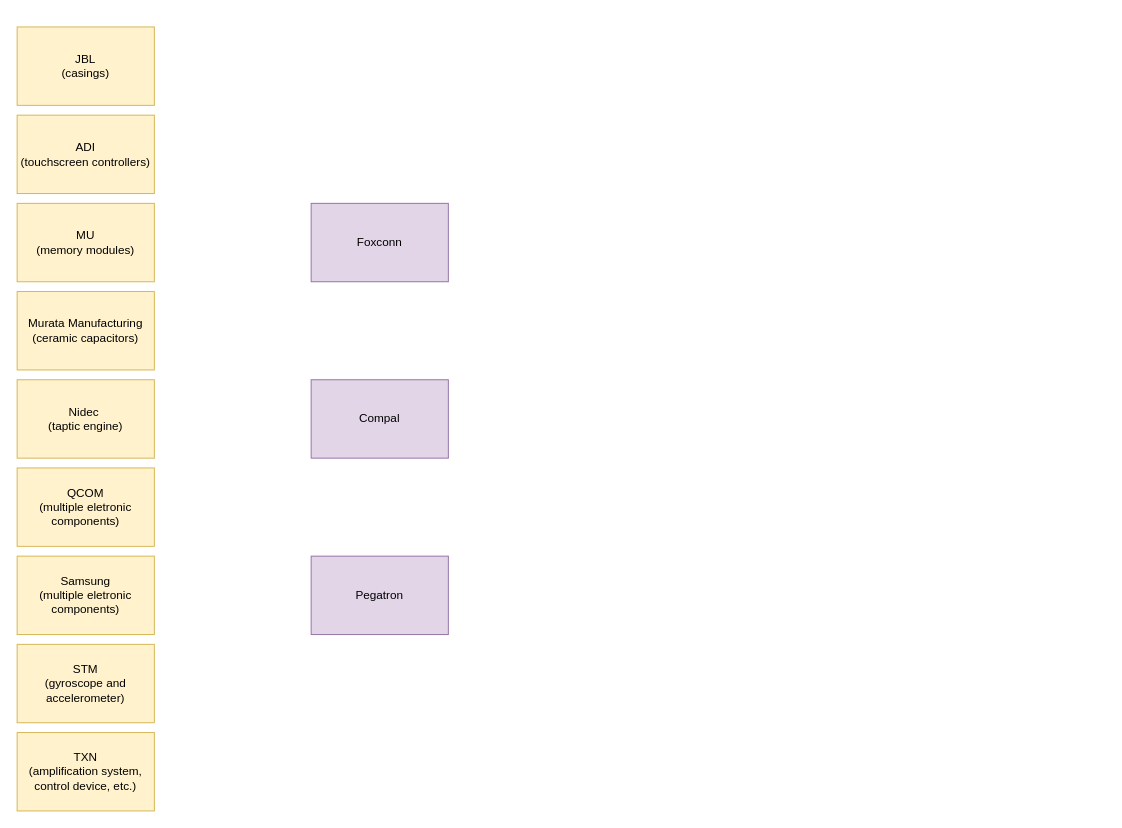
Above: Diagrama sem nome.drawio in alceufelixjr/diagrams (draw.io), before the change. Source tidied: cells renumbered, new cells numbered last; positions are measured from the earlier drawing's top-left corner, leaving out a move shared by most shapes. Both pictures are drawn from the tidied source at 98%, with x=0, y=0 at pixel (17, 26).
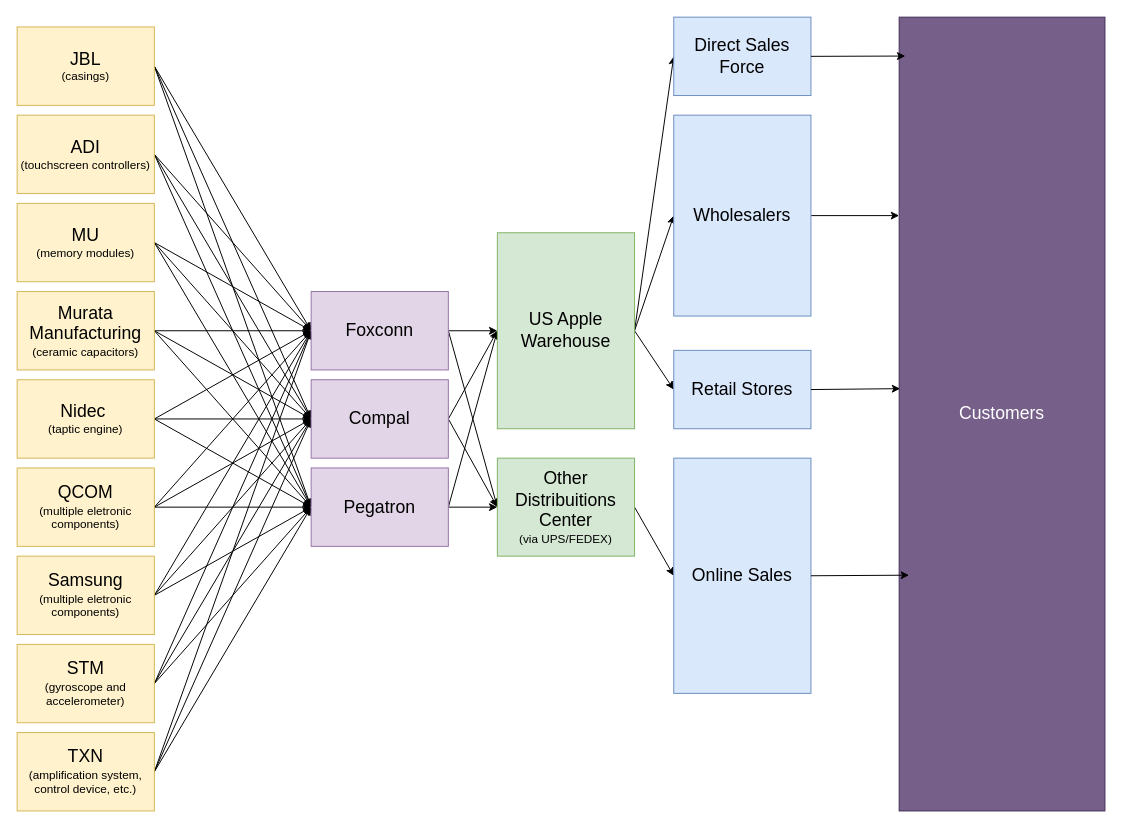
The same diagram, later.

What changed in the source:
```diff
@@
+    <mxCell id="14" style="edgeStyle=none;rounded=0;jettySize=auto;html=1;exitX=1;exitY=0.5;exitDx=0;exitDy=0;entryX=0;entryY=0.5;entryDx=0;entryDy=0;strokeWidth=1;" parent="1" edge="1" source="2" target="11">
+      <mxGeometry relative="1" as="geometry" />
+    </mxCell>
+    <mxCell id="15" style="edgeStyle=none;rounded=0;jettySize=auto;html=1;exitX=1;exitY=0.5;exitDx=0;exitDy=0;entryX=0;entryY=0.5;entryDx=0;entryDy=0;strokeWidth=1;" parent="1" edge="1" source="2" target="12">
+      <mxGeometry relative="1" as="geometry" />
+    </mxCell>
+    <mxCell id="16" style="edgeStyle=none;rounded=0;jettySize=auto;html=1;exitX=1;exitY=0.5;exitDx=0;exitDy=0;entryX=0;entryY=0.5;entryDx=0;entryDy=0;strokeWidth=1;" parent="1" edge="1" source="2" target="13">
+      <mxGeometry relative="1" as="geometry" />
+    </mxCell>
-    <mxCell id="2" value="ADI&lt;div&gt;(touchscreen controllers)&lt;/div&gt;" style="rounded=0;whiteSpace=wrap;html=1;fillColor=#fff2cc;strokeColor=#d6b656;" parent="1" vertex="1">
+    <mxCell id="2" value="&lt;font style=&quot;font-size: 18px;&quot;&gt;ADI&lt;/font&gt;&lt;div&gt;(touchscreen controllers)&lt;/div&gt;" style="rounded=0;whiteSpace=wrap;html=1;fillColor=#fff2cc;strokeColor=#d6b656;" parent="1" vertex="1">
       <mxGeometry y="90" width="140" height="80" as="geometry" />
     </mxCell>
+    <mxCell id="17" style="edgeStyle=none;rounded=0;jettySize=auto;html=1;exitX=1;exitY=0.5;exitDx=0;exitDy=0;entryX=0;entryY=0.5;entryDx=0;entryDy=0;strokeWidth=1;" parent="1" edge="1" source="3" target="11">
+      <mxGeometry relative="1" as="geometry" />
+    </mxCell>
+    <mxCell id="18" style="edgeStyle=none;rounded=0;jettySize=auto;html=1;exitX=1;exitY=0.5;exitDx=0;exitDy=0;entryX=0;entryY=0.5;entryDx=0;entryDy=0;strokeWidth=1;" parent="1" edge="1" source="3" target="12">
+      <mxGeometry relative="1" as="geometry" />
+    </mxCell>
+    <mxCell id="19" style="edgeStyle=none;rounded=0;jettySize=auto;html=1;exitX=1;exitY=0.5;exitDx=0;exitDy=0;entryX=0;entryY=0.5;entryDx=0;entryDy=0;strokeWidth=1;" parent="1" edge="1" source="3" target="13">
+      <mxGeometry relative="1" as="geometry" />
+    </mxCell>
-    <mxCell id="3" value="&lt;div&gt;JBL&lt;/div&gt;&lt;div&gt;(casings)&lt;/div&gt;" style="rounded=0;whiteSpace=wrap;html=1;fillColor=#fff2cc;strokeColor=#d6b656;" parent="1" vertex="1">
+    <mxCell id="3" value="&lt;div&gt;&lt;font style=&quot;font-size: 18px;&quot;&gt;JBL&lt;/font&gt;&lt;/div&gt;&lt;div&gt;(casings)&lt;/div&gt;" style="rounded=0;whiteSpace=wrap;html=1;fillColor=#fff2cc;strokeColor=#d6b656;" parent="1" vertex="1">
       <mxGeometry width="140" height="80" as="geometry" />
     </mxCell>
+    <mxCell id="20" style="edgeStyle=none;rounded=0;jettySize=auto;html=1;exitX=1;exitY=0.5;exitDx=0;exitDy=0;entryX=0;entryY=0.5;entryDx=0;entryDy=0;strokeWidth=1;" parent="1" edge="1" source="4" target="11">
+      <mxGeometry relative="1" as="geometry" />
+    </mxCell>
+    <mxCell id="21" style="edgeStyle=none;rounded=0;jettySize=auto;html=1;exitX=1;exitY=0.5;exitDx=0;exitDy=0;entryX=0;entryY=0.5;entryDx=0;entryDy=0;strokeWidth=1;" parent="1" edge="1" source="4" target="12">
+      <mxGeometry relative="1" as="geometry" />
+    </mxCell>
+    <mxCell id="22" style="edgeStyle=none;rounded=0;jettySize=auto;html=1;exitX=1;exitY=0.5;exitDx=0;exitDy=0;entryX=0;entryY=0.5;entryDx=0;entryDy=0;strokeWidth=1;" parent="1" edge="1" source="4" target="13">
+      <mxGeometry relative="1" as="geometry" />
+    </mxCell>
-    <mxCell id="4" value="MU&lt;div&gt;(memory modules)&lt;/div&gt;" style="rounded=0;whiteSpace=wrap;html=1;fillColor=#fff2cc;strokeColor=#d6b656;" parent="1" vertex="1">
+    <mxCell id="4" value="&lt;font style=&quot;font-size: 18px;&quot;&gt;MU&lt;/font&gt;&lt;div&gt;(memory modules)&lt;/div&gt;" style="rounded=0;whiteSpace=wrap;html=1;fillColor=#fff2cc;strokeColor=#d6b656;" parent="1" vertex="1">
       <mxGeometry y="180" width="140" height="80" as="geometry" />
     </mxCell>
+    <mxCell id="23" style="edgeStyle=none;rounded=0;jettySize=auto;html=1;exitX=1;exitY=0.5;exitDx=0;exitDy=0;entryX=0;entryY=0.5;entryDx=0;entryDy=0;strokeWidth=1;" parent="1" edge="1" source="5" target="11">
+      <mxGeometry relative="1" as="geometry" />
+    </mxCell>
+    <mxCell id="24" style="edgeStyle=none;rounded=0;jettySize=auto;html=1;exitX=1;exitY=0.5;exitDx=0;exitDy=0;entryX=0;entryY=0.5;entryDx=0;entryDy=0;strokeWidth=1;" parent="1" edge="1" source="5" target="12">
+      <mxGeometry relative="1" as="geometry" />
+    </mxCell>
+    <mxCell id="25" style="edgeStyle=none;rounded=0;jettySize=auto;html=1;exitX=1;exitY=0.5;exitDx=0;exitDy=0;entryX=0;entryY=0.5;entryDx=0;entryDy=0;strokeWidth=1;" parent="1" edge="1" source="5" target="13">
+      <mxGeometry relative="1" as="geometry" />
+    </mxCell>
-    <mxCell id="5" value="Murata Manufacturing&lt;div&gt;(ceramic capacitors)&lt;/div&gt;" style="rounded=0;whiteSpace=wrap;html=1;fillColor=#fff2cc;strokeColor=#d6b656;" parent="1" vertex="1">
+    <mxCell id="5" value="&lt;font style=&quot;font-size: 18px;&quot;&gt;Murata Manufacturing&lt;/font&gt;&lt;div&gt;(ceramic capacitors)&lt;/div&gt;" style="rounded=0;whiteSpace=wrap;html=1;fillColor=#fff2cc;strokeColor=#d6b656;" parent="1" vertex="1">
       <mxGeometry y="270" width="140" height="80" as="geometry" />
     </mxCell>
+    <mxCell id="26" style="edgeStyle=none;rounded=0;jettySize=auto;html=1;exitX=1;exitY=0.5;exitDx=0;exitDy=0;entryX=0;entryY=0.5;entryDx=0;entryDy=0;strokeWidth=1;" parent="1" edge="1" source="6" target="11">
+      <mxGeometry relative="1" as="geometry" />
+    </mxCell>
+    <mxCell id="27" style="edgeStyle=none;rounded=0;jettySize=auto;html=1;exitX=1;exitY=0.5;exitDx=0;exitDy=0;entryX=0;entryY=0.5;entryDx=0;entryDy=0;strokeWidth=1;" parent="1" edge="1" source="6" target="12">
+      <mxGeometry relative="1" as="geometry" />
+    </mxCell>
+    <mxCell id="28" style="edgeStyle=none;rounded=0;jettySize=auto;html=1;exitX=1;exitY=0.5;exitDx=0;exitDy=0;entryX=0;entryY=0.5;entryDx=0;entryDy=0;strokeWidth=1;" parent="1" edge="1" source="6" target="13">
+      <mxGeometry relative="1" as="geometry" />
+    </mxCell>
-    <mxCell id="6" value="&lt;div&gt;Nidec&amp;nbsp;&lt;/div&gt;&lt;div&gt;(taptic engine)&lt;/div&gt;" style="rounded=0;whiteSpace=wrap;html=1;fillColor=#fff2cc;strokeColor=#d6b656;" parent="1" vertex="1">
+    <mxCell id="6" value="&lt;div&gt;&lt;font style=&quot;font-size: 18px;&quot;&gt;Nidec&amp;nbsp;&lt;/font&gt;&lt;/div&gt;&lt;div&gt;(taptic engine)&lt;/div&gt;" style="rounded=0;whiteSpace=wrap;html=1;fillColor=#fff2cc;strokeColor=#d6b656;" parent="1" vertex="1">
       <mxGeometry y="360" width="140" height="80" as="geometry" />
     </mxCell>
+    <mxCell id="29" style="edgeStyle=none;rounded=0;jettySize=auto;html=1;exitX=1;exitY=0.5;exitDx=0;exitDy=0;entryX=0;entryY=0.5;entryDx=0;entryDy=0;strokeWidth=1;" parent="1" edge="1" source="7" target="11">
+      <mxGeometry relative="1" as="geometry" />
+    </mxCell>
+    <mxCell id="30" style="edgeStyle=none;rounded=0;jettySize=auto;html=1;exitX=1;exitY=0.5;exitDx=0;exitDy=0;strokeWidth=1;" parent="1" edge="1" source="7">
+      <mxGeometry relative="1" as="geometry">
+        <mxPoint x="300" y="400" as="targetPoint" />
+      </mxGeometry>
+    </mxCell>
+    <mxCell id="31" style="edgeStyle=none;rounded=0;jettySize=auto;html=1;exitX=1;exitY=0.5;exitDx=0;exitDy=0;entryX=0;entryY=0.5;entryDx=0;entryDy=0;strokeWidth=1;" parent="1" edge="1" source="7" target="13">
+      <mxGeometry relative="1" as="geometry" />
+    </mxCell>
-    <mxCell id="7" value="QCOM&lt;div&gt;(multiple eletronic components)&lt;/div&gt;" style="rounded=0;whiteSpace=wrap;html=1;fillColor=#fff2cc;strokeColor=#d6b656;" parent="1" vertex="1">
+    <mxCell id="7" value="&lt;font style=&quot;font-size: 18px;&quot;&gt;QCOM&lt;/font&gt;&lt;div&gt;(multiple eletronic components)&lt;/div&gt;" style="rounded=0;whiteSpace=wrap;html=1;fillColor=#fff2cc;strokeColor=#d6b656;" parent="1" vertex="1">
       <mxGeometry y="450" width="140" height="80" as="geometry" />
     </mxCell>
+    <mxCell id="32" style="edgeStyle=none;rounded=0;jettySize=auto;html=1;exitX=1;exitY=0.5;exitDx=0;exitDy=0;entryX=0;entryY=0.5;entryDx=0;entryDy=0;strokeWidth=1;" parent="1" edge="1" source="8" target="11">
+      <mxGeometry relative="1" as="geometry" />
+    </mxCell>
+    <mxCell id="33" style="edgeStyle=none;rounded=0;jettySize=auto;html=1;exitX=1;exitY=0.5;exitDx=0;exitDy=0;entryX=0;entryY=0.5;entryDx=0;entryDy=0;strokeWidth=1;" parent="1" edge="1" source="8" target="12">
+      <mxGeometry relative="1" as="geometry" />
+    </mxCell>
+    <mxCell id="34" style="edgeStyle=none;rounded=0;jettySize=auto;html=1;exitX=1;exitY=0.5;exitDx=0;exitDy=0;entryX=0;entryY=0.5;entryDx=0;entryDy=0;strokeWidth=1;" parent="1" edge="1" source="8" target="13">
+      <mxGeometry relative="1" as="geometry" />
+    </mxCell>
-    <mxCell id="8" value="&lt;div&gt;Samsung&lt;/div&gt;&lt;div&gt;(multiple eletronic components)&lt;/div&gt;" style="rounded=0;whiteSpace=wrap;html=1;fillColor=#fff2cc;strokeColor=#d6b656;" parent="1" vertex="1">
+    <mxCell id="8" value="&lt;div&gt;&lt;font style=&quot;font-size: 18px;&quot;&gt;Samsung&lt;/font&gt;&lt;/div&gt;&lt;div&gt;(multiple eletronic components)&lt;/div&gt;" style="rounded=0;whiteSpace=wrap;html=1;fillColor=#fff2cc;strokeColor=#d6b656;" parent="1" vertex="1">
       <mxGeometry y="540" width="140" height="80" as="geometry" />
     </mxCell>
+    <mxCell id="35" style="edgeStyle=none;rounded=0;jettySize=auto;html=1;exitX=1;exitY=0.5;exitDx=0;exitDy=0;entryX=0;entryY=0.5;entryDx=0;entryDy=0;strokeWidth=1;" parent="1" edge="1" source="9" target="11">
+      <mxGeometry relative="1" as="geometry" />
+    </mxCell>
+    <mxCell id="36" style="edgeStyle=none;rounded=0;jettySize=auto;html=1;exitX=1;exitY=0.5;exitDx=0;exitDy=0;strokeWidth=1;" parent="1" edge="1" source="9">
+      <mxGeometry relative="1" as="geometry">
+        <mxPoint x="300" y="400" as="targetPoint" />
+      </mxGeometry>
+    </mxCell>
+    <mxCell id="37" style="edgeStyle=none;rounded=0;jettySize=auto;html=1;exitX=1;exitY=0.5;exitDx=0;exitDy=0;entryX=0;entryY=0.5;entryDx=0;entryDy=0;strokeWidth=1;" parent="1" edge="1" source="9" target="13">
+      <mxGeometry relative="1" as="geometry" />
+    </mxCell>
-    <mxCell id="9" value="&lt;div&gt;&lt;span style=&quot;background-color: initial;&quot;&gt;STM&lt;/span&gt;&lt;/div&gt;&lt;div&gt;&lt;span style=&quot;background-color: initial;&quot;&gt;(gyroscope and accelerometer)&lt;/span&gt;&lt;/div&gt;" style="rounded=0;whiteSpace=wrap;html=1;fillColor=#fff2cc;strokeColor=#d6b656;" parent="1" vertex="1">
+    <mxCell id="9" value="&lt;div&gt;&lt;span style=&quot;background-color: initial;&quot;&gt;&lt;font style=&quot;font-size: 18px;&quot;&gt;STM&lt;/font&gt;&lt;/span&gt;&lt;/div&gt;&lt;div&gt;&lt;span style=&quot;background-color: initial;&quot;&gt;(gyroscope and accelerometer)&lt;/span&gt;&lt;/div&gt;" style="rounded=0;whiteSpace=wrap;html=1;fillColor=#fff2cc;strokeColor=#d6b656;" parent="1" vertex="1">
       <mxGeometry y="630" width="140" height="80" as="geometry" />
     </mxCell>
+    <mxCell id="38" style="edgeStyle=none;rounded=0;jettySize=auto;html=1;exitX=1;exitY=0.5;exitDx=0;exitDy=0;entryX=0;entryY=0.5;entryDx=0;entryDy=0;strokeWidth=1;" parent="1" edge="1" source="10" target="11">
+      <mxGeometry relative="1" as="geometry" />
+    </mxCell>
+    <mxCell id="39" style="edgeStyle=none;rounded=0;jettySize=auto;html=1;exitX=1;exitY=0.5;exitDx=0;exitDy=0;entryX=0;entryY=0.5;entryDx=0;entryDy=0;strokeWidth=1;" parent="1" edge="1" source="10" target="12">
+      <mxGeometry relative="1" as="geometry" />
+    </mxCell>
+    <mxCell id="40" style="edgeStyle=none;rounded=0;jettySize=auto;html=1;exitX=1;exitY=0.5;exitDx=0;exitDy=0;entryX=0;entryY=0.5;entryDx=0;entryDy=0;strokeWidth=1;" parent="1" edge="1" source="10" target="13">
+      <mxGeometry relative="1" as="geometry" />
+    </mxCell>
-    <mxCell id="10" value="&lt;div&gt;&lt;span style=&quot;background-color: initial;&quot;&gt;TXN&lt;/span&gt;&lt;/div&gt;&lt;div&gt;&lt;span style=&quot;background-color: initial;&quot;&gt;(amplification system, control device, etc.)&lt;/span&gt;&lt;/div&gt;" style="rounded=0;whiteSpace=wrap;html=1;fillColor=#fff2cc;strokeColor=#d6b656;" parent="1" vertex="1">
+    <mxCell id="10" value="&lt;div&gt;&lt;span style=&quot;background-color: initial;&quot;&gt;&lt;font style=&quot;font-size: 18px;&quot;&gt;TXN&lt;/font&gt;&lt;/span&gt;&lt;/div&gt;&lt;div&gt;&lt;span style=&quot;background-color: initial;&quot;&gt;(amplification system, control device, etc.)&lt;/span&gt;&lt;/div&gt;" style="rounded=0;whiteSpace=wrap;html=1;fillColor=#fff2cc;strokeColor=#d6b656;" parent="1" vertex="1">
       <mxGeometry y="720" width="140" height="80" as="geometry" />
     </mxCell>
+    <mxCell id="41" style="edgeStyle=none;rounded=0;jettySize=auto;html=1;exitX=1;exitY=0.5;exitDx=0;exitDy=0;entryX=0;entryY=0.5;entryDx=0;entryDy=0;" parent="1" edge="1" source="11" target="52">
+      <mxGeometry relative="1" as="geometry" />
+    </mxCell>
+    <mxCell id="42" style="edgeStyle=none;rounded=0;jettySize=auto;html=1;exitX=1;exitY=0.5;exitDx=0;exitDy=0;entryX=0;entryY=0.5;entryDx=0;entryDy=0;" parent="1" edge="1" source="11" target="48">
+      <mxGeometry relative="1" as="geometry" />
+    </mxCell>
-    <mxCell id="11" value="Foxconn" style="rounded=0;whiteSpace=wrap;html=1;fillColor=#e1d5e7;strokeColor=#9673a6;" parent="1" vertex="1">
-      <mxGeometry x="300" y="180" width="140" height="80" as="geometry" />
+    <mxCell id="11" value="&lt;font style=&quot;font-size: 18px;&quot;&gt;Foxconn&lt;/font&gt;" style="rounded=0;whiteSpace=wrap;html=1;fillColor=#e1d5e7;strokeColor=#9673a6;" parent="1" vertex="1">
+      <mxGeometry x="300" y="270" width="140" height="80" as="geometry" />
     </mxCell>
+    <mxCell id="43" style="edgeStyle=none;rounded=0;jettySize=auto;html=1;exitX=1;exitY=0.5;exitDx=0;exitDy=0;entryX=0;entryY=0.5;entryDx=0;entryDy=0;" parent="1" edge="1" source="12" target="52">
+      <mxGeometry relative="1" as="geometry" />
+    </mxCell>
+    <mxCell id="44" style="edgeStyle=none;rounded=0;jettySize=auto;html=1;exitX=1;exitY=0.5;exitDx=0;exitDy=0;entryX=0;entryY=0.5;entryDx=0;entryDy=0;" parent="1" edge="1" source="12" target="48">
+      <mxGeometry relative="1" as="geometry" />
+    </mxCell>
-    <mxCell id="12" value="Compal" style="rounded=0;whiteSpace=wrap;html=1;fillColor=#e1d5e7;strokeColor=#9673a6;" parent="1" vertex="1">
+    <mxCell id="12" value="&lt;font style=&quot;font-size: 18px;&quot;&gt;Compal&lt;/font&gt;" style="rounded=0;whiteSpace=wrap;html=1;fillColor=#e1d5e7;strokeColor=#9673a6;" parent="1" vertex="1">
       <mxGeometry x="300" y="360" width="140" height="80" as="geometry" />
     </mxCell>
+    <mxCell id="45" style="edgeStyle=none;rounded=0;jettySize=auto;html=1;exitX=1;exitY=0.5;exitDx=0;exitDy=0;entryX=0;entryY=0.5;entryDx=0;entryDy=0;" parent="1" edge="1" source="13" target="48">
+      <mxGeometry relative="1" as="geometry" />
+    </mxCell>
+    <mxCell id="46" style="edgeStyle=none;rounded=0;jettySize=auto;html=1;exitX=1;exitY=0.5;exitDx=0;exitDy=0;" parent="1" edge="1" source="13">
+      <mxGeometry relative="1" as="geometry">
+        <mxPoint x="490" y="310" as="targetPoint" />
+      </mxGeometry>
+    </mxCell>
-    <mxCell id="13" value="Pegatron" style="rounded=0;whiteSpace=wrap;html=1;fillColor=#e1d5e7;strokeColor=#9673a6;" parent="1" vertex="1">
-      <mxGeometry x="300" y="540" width="140" height="80" as="geometry" />
+    <mxCell id="13" value="&lt;font style=&quot;font-size: 18px;&quot;&gt;Pegatron&lt;/font&gt;" style="rounded=0;whiteSpace=wrap;html=1;fillColor=#e1d5e7;strokeColor=#9673a6;" parent="1" vertex="1">
+      <mxGeometry x="300" y="450" width="140" height="80" as="geometry" />
     </mxCell>
+    <mxCell id="47" style="edgeStyle=none;rounded=0;jettySize=auto;html=1;exitX=1;exitY=0.5;exitDx=0;exitDy=0;entryX=0;entryY=0.5;entryDx=0;entryDy=0;" parent="1" edge="1" source="48" target="58">
+      <mxGeometry relative="1" as="geometry" />
+    </mxCell>
+    <mxCell id="48" value="&lt;font style=&quot;font-size: 18px;&quot;&gt;Other Distribuitions Center&lt;/font&gt;&lt;div&gt;(via UPS/FEDEX)&lt;/div&gt;" style="rounded=0;whiteSpace=wrap;html=1;fillColor=#d5e8d4;strokeColor=#82b366;" parent="1" vertex="1">
+      <mxGeometry x="490" y="440" width="140" height="100" as="geometry" />
+    </mxCell>
+    <mxCell id="49" style="edgeStyle=none;rounded=0;jettySize=auto;html=1;exitX=1;exitY=0.5;exitDx=0;exitDy=0;entryX=0;entryY=0.5;entryDx=0;entryDy=0;" parent="1" edge="1" source="52" target="53">
+      <mxGeometry relative="1" as="geometry" />
+    </mxCell>
+    <mxCell id="50" style="edgeStyle=none;rounded=0;jettySize=auto;html=1;exitX=1;exitY=0.5;exitDx=0;exitDy=0;entryX=0;entryY=0.5;entryDx=0;entryDy=0;" parent="1" edge="1" source="52" target="57">
+      <mxGeometry relative="1" as="geometry" />
+    </mxCell>
+    <mxCell id="51" style="edgeStyle=none;rounded=0;jettySize=auto;html=1;exitX=1;exitY=0.5;exitDx=0;exitDy=0;entryX=0;entryY=0.5;entryDx=0;entryDy=0;" parent="1" edge="1" source="52" target="54">
+      <mxGeometry relative="1" as="geometry" />
+    </mxCell>
+    <mxCell id="52" value="&lt;font style=&quot;font-size: 18px;&quot;&gt;US Apple Warehouse&lt;/font&gt;" style="rounded=0;whiteSpace=wrap;html=1;fillColor=#d5e8d4;strokeColor=#82b366;" parent="1" vertex="1">
+      <mxGeometry x="490" y="210" width="140" height="200" as="geometry" />
+    </mxCell>
+    <mxCell id="53" value="&lt;font style=&quot;font-size: 18px;&quot;&gt;Direct Sales Force&lt;/font&gt;" style="rounded=0;whiteSpace=wrap;html=1;fillColor=#dae8fc;strokeColor=#6c8ebf;" parent="1" vertex="1">
+      <mxGeometry x="670" y="-10" width="140" height="80" as="geometry" />
+    </mxCell>
+    <mxCell id="54" value="&lt;font style=&quot;font-size: 18px;&quot;&gt;Retail Stores&lt;/font&gt;" style="rounded=0;whiteSpace=wrap;html=1;fillColor=#dae8fc;strokeColor=#6c8ebf;" parent="1" vertex="1">
+      <mxGeometry x="670" y="330" width="140" height="80" as="geometry" />
+    </mxCell>
+    <mxCell id="55" value="&lt;font style=&quot;font-size: 18px;&quot;&gt;Customers&lt;/font&gt;" style="rounded=0;whiteSpace=wrap;html=1;fillColor=#76608a;strokeColor=#432D57;fontColor=#ffffff;" parent="1" vertex="1">
+      <mxGeometry x="900" y="-10" width="210" height="810" as="geometry" />
+    </mxCell>
+    <mxCell id="56" style="edgeStyle=none;rounded=0;jettySize=auto;html=1;exitX=1;exitY=0.5;exitDx=0;exitDy=0;entryX=0;entryY=0.25;entryDx=0;entryDy=0;" parent="1" edge="1" source="57" target="55">
+      <mxGeometry relative="1" as="geometry" />
+    </mxCell>
+    <mxCell id="57" value="&lt;font style=&quot;font-size: 18px;&quot;&gt;Wholesalers&lt;/font&gt;" style="rounded=0;whiteSpace=wrap;html=1;fillColor=#dae8fc;strokeColor=#6c8ebf;" parent="1" vertex="1">
+      <mxGeometry x="670" y="90" width="140" height="205" as="geometry" />
+    </mxCell>
+    <mxCell id="58" value="&lt;font style=&quot;font-size: 18px;&quot;&gt;Online Sales&lt;/font&gt;" style="rounded=0;whiteSpace=wrap;html=1;fillColor=#dae8fc;strokeColor=#6c8ebf;" parent="1" vertex="1">
+      <mxGeometry x="670" y="440" width="140" height="240" as="geometry" />
+    </mxCell>
+    <mxCell id="59" style="edgeStyle=none;rounded=0;jettySize=auto;html=1;exitX=1;exitY=0.5;exitDx=0;exitDy=0;entryX=0.048;entryY=0.703;entryDx=0;entryDy=0;entryPerimeter=0;" parent="1" edge="1" source="58" target="55">
+      <mxGeometry relative="1" as="geometry" />
+    </mxCell>
+    <mxCell id="60" style="edgeStyle=none;rounded=0;jettySize=auto;html=1;exitX=1;exitY=0.5;exitDx=0;exitDy=0;entryX=0.005;entryY=0.468;entryDx=0;entryDy=0;entryPerimeter=0;" parent="1" edge="1" source="54" target="55">
+      <mxGeometry relative="1" as="geometry" />
+    </mxCell>
+    <mxCell id="61" style="edgeStyle=none;rounded=0;jettySize=auto;html=1;exitX=1;exitY=0.5;exitDx=0;exitDy=0;entryX=0.03;entryY=0.049;entryDx=0;entryDy=0;entryPerimeter=0;" parent="1" edge="1" source="53" target="55">
+      <mxGeometry relative="1" as="geometry" />
+    </mxCell>
```
